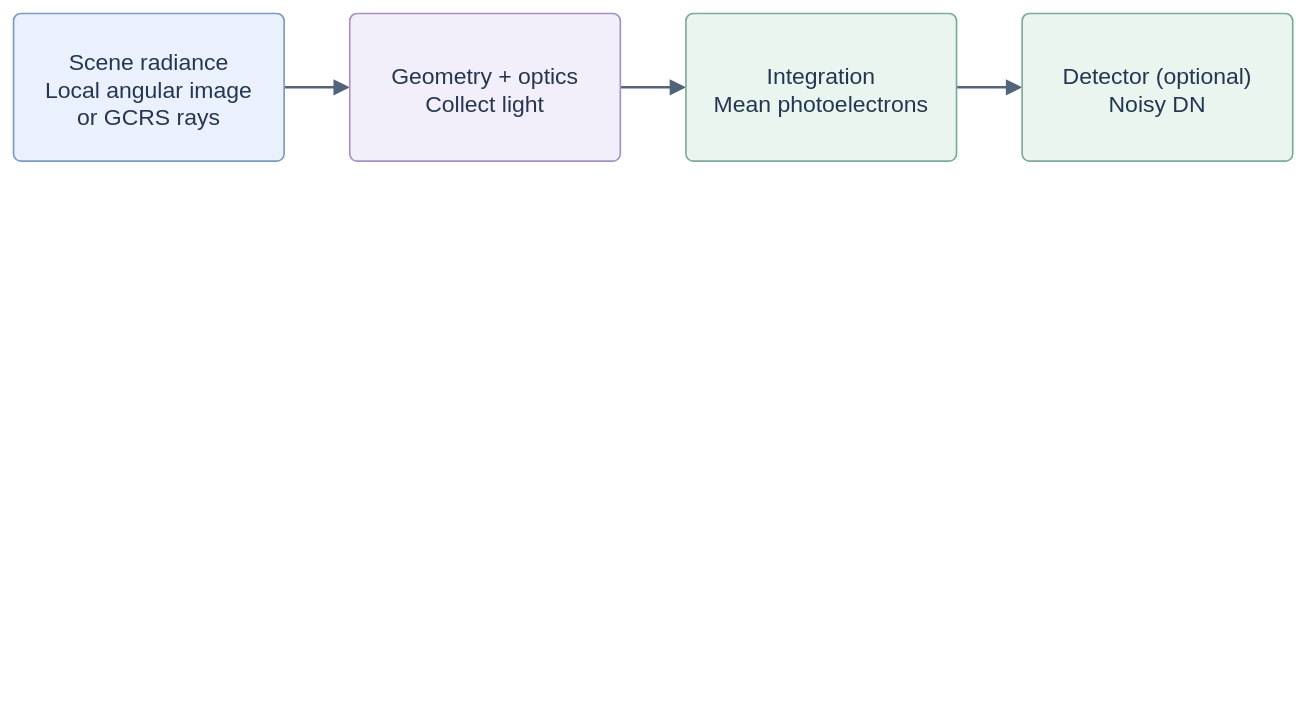
Before: libs/orsia-instruments/docs/diagrams/architecture.drawio in scklab-dev/orsia, a draw.io diagram. Source tidied: cells renumbered, new cells numbered last; positions are measured from the earlier drawing's top-left corner, leaving out a move shared by most shapes. Both pictures are drawn from the tidied source at 82%, with x=0, y=0 at pixel (13, 13).
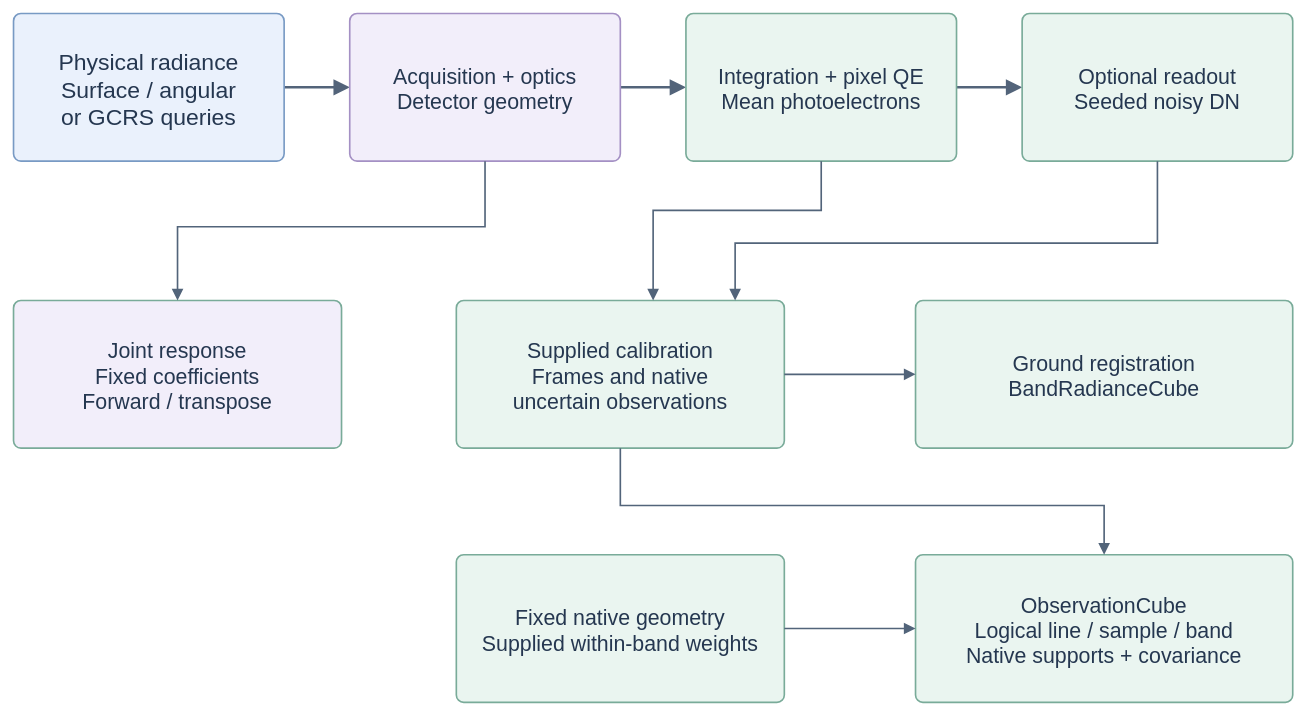
The same page after the edit.

The edit, as a diff of the source:
```diff
@@
-    <mxCell id="5" value="Scene radiance&#10;Local angular image&#10;or GCRS rays" style="rounded=1;absoluteArcSize=1;arcSize=18;html=0;align=center;verticalAlign=middle;spacing=20;fontFamily=Helvetica;fontSize=28;fontColor=#253750;fillColor=#EAF1FC;strokeColor=#789AC4;strokeWidth=2;" parent="1" vertex="1">
+    <mxCell id="5" value="Physical radiance&#10;Surface / angular&#10;or GCRS queries" style="rounded=1;absoluteArcSize=1;arcSize=18;html=0;align=center;verticalAlign=middle;spacing=20;fontFamily=Helvetica;fontSize=28;fontColor=#253750;fillColor=#EAF1FC;strokeColor=#789AC4;strokeWidth=2;" parent="1" vertex="1">
       <mxGeometry width="330" height="180" as="geometry" />
     </mxCell>
-    <mxCell id="6" value="Geometry + optics&#10;Collect light" style="rounded=1;absoluteArcSize=1;arcSize=18;html=0;align=center;verticalAlign=middle;spacing=20;fontFamily=Helvetica;fontSize=28;fontColor=#253750;fillColor=#F2EEFA;strokeColor=#A490C4;strokeWidth=2;" parent="1" vertex="1">
+    <mxCell id="6" value="Acquisition + optics&#10;Detector geometry" style="rounded=1;absoluteArcSize=1;arcSize=18;html=0;align=center;verticalAlign=middle;spacing=20;fontFamily=Helvetica;fontSize=26;fontColor=#253750;fillColor=#F2EEFA;strokeColor=#A490C4;strokeWidth=2;" parent="1" vertex="1">
       <mxGeometry x="410" width="330" height="180" as="geometry" />
     </mxCell>
-    <mxCell id="7" value="Integration&#10;Mean photoelectrons" style="rounded=1;absoluteArcSize=1;arcSize=18;html=0;align=center;verticalAlign=middle;spacing=20;fontFamily=Helvetica;fontSize=28;fontColor=#253750;fillColor=#EAF5F0;strokeColor=#79AB99;strokeWidth=2;" parent="1" vertex="1">
+    <mxCell id="7" value="Integration + pixel QE&#10;Mean photoelectrons" style="rounded=1;absoluteArcSize=1;arcSize=18;html=0;align=center;verticalAlign=middle;spacing=20;fontFamily=Helvetica;fontSize=26;fontColor=#253750;fillColor=#EAF5F0;strokeColor=#79AB99;strokeWidth=2;" parent="1" vertex="1">
       <mxGeometry x="820" width="330" height="180" as="geometry" />
     </mxCell>
-    <mxCell id="8" value="Detector (optional)&#10;Noisy DN" style="rounded=1;absoluteArcSize=1;arcSize=18;html=0;align=center;verticalAlign=middle;spacing=20;fontFamily=Helvetica;fontSize=28;fontColor=#253750;fillColor=#EAF5F0;strokeColor=#79AB99;strokeWidth=2;" parent="1" vertex="1">
+    <mxCell id="8" value="Optional readout&#10;Seeded noisy DN" style="rounded=1;absoluteArcSize=1;arcSize=18;html=0;align=center;verticalAlign=middle;spacing=20;fontFamily=Helvetica;fontSize=26;fontColor=#253750;fillColor=#EAF5F0;strokeColor=#79AB99;strokeWidth=2;" parent="1" vertex="1">
       <mxGeometry x="1230" width="330" height="180" as="geometry" />
     </mxCell>
+    <mxCell id="9" value="Joint response&#10;Fixed coefficients&#10;Forward / transpose" style="rounded=1;absoluteArcSize=1;arcSize=18;html=0;align=center;verticalAlign=middle;spacing=20;fontFamily=Helvetica;fontSize=26;fontColor=#253750;fillColor=#F2EEFA;strokeColor=#79AB99;strokeWidth=2;" parent="1" vertex="1">
+      <mxGeometry y="350" width="400" height="180" as="geometry" />
+    </mxCell>
+    <mxCell id="10" value="Supplied calibration&#10;Frames and native&#10;uncertain observations" style="rounded=1;absoluteArcSize=1;arcSize=18;html=0;align=center;verticalAlign=middle;spacing=20;fontFamily=Helvetica;fontSize=26;fontColor=#253750;fillColor=#EAF5F0;strokeColor=#79AB99;strokeWidth=2;" parent="1" vertex="1">
+      <mxGeometry x="540" y="350" width="400" height="180" as="geometry" />
+    </mxCell>
+    <mxCell id="11" value="Ground registration&#10;BandRadianceCube" style="rounded=1;absoluteArcSize=1;arcSize=18;html=0;align=center;verticalAlign=middle;spacing=20;fontFamily=Helvetica;fontSize=26;fontColor=#253750;fillColor=#EAF5F0;strokeColor=#79AB99;strokeWidth=2;" parent="1" vertex="1">
+      <mxGeometry x="1100" y="350" width="460" height="180" as="geometry" />
+    </mxCell>
+    <mxCell id="12" style="edgeStyle=orthogonalEdgeStyle;rounded=0;html=0;exitX=0.5;exitY=1;entryX=0.5;entryY=0;endArrow=block;endFill=1;endSize=9;strokeWidth=2;strokeColor=#52647A;fontColor=#52647A;fillColor=none;dashed=0;" parent="1" edge="1" source="6" target="9">
+      <mxGeometry relative="1" as="geometry">
+        <Array as="points">
+          <mxPoint x="575" y="260" />
+          <mxPoint x="200" y="260" />
+        </Array>
+      </mxGeometry>
+    </mxCell>
+    <mxCell id="13" style="edgeStyle=orthogonalEdgeStyle;rounded=0;html=0;exitX=0.5;exitY=1;entryX=0.6;entryY=0;endArrow=block;endFill=1;endSize=9;strokeWidth=2;strokeColor=#52647A;fontColor=#52647A;fillColor=none;dashed=0;" parent="1" edge="1" source="7" target="10">
+      <mxGeometry relative="1" as="geometry">
+        <Array as="points">
+          <mxPoint x="985" y="240" />
+          <mxPoint x="780" y="240" />
+        </Array>
+      </mxGeometry>
+    </mxCell>
+    <mxCell id="14" style="edgeStyle=orthogonalEdgeStyle;rounded=0;html=0;exitX=0.5;exitY=1;entryX=0.85;entryY=0;endArrow=block;endFill=1;endSize=9;strokeWidth=2;strokeColor=#52647A;fontColor=#52647A;fillColor=none;dashed=0;" parent="1" edge="1" source="8" target="10">
+      <mxGeometry relative="1" as="geometry">
+        <Array as="points">
+          <mxPoint x="1395" y="280" />
+          <mxPoint x="880" y="280" />
+        </Array>
+      </mxGeometry>
+    </mxCell>
+    <mxCell id="15" style="edgeStyle=orthogonalEdgeStyle;rounded=0;html=0;exitX=1;exitY=0.5;entryX=0;entryY=0.5;endArrow=block;endFill=1;endSize=9;strokeWidth=2;strokeColor=#52647A;fontColor=#52647A;fillColor=none;dashed=0;" parent="1" edge="1" source="10" target="11">
+      <mxGeometry relative="1" as="geometry" />
+    </mxCell>
+    <mxCell id="16" value="Fixed native geometry&#10;Supplied within-band weights" style="rounded=1;absoluteArcSize=1;arcSize=18;html=0;align=center;verticalAlign=middle;spacing=20;fontFamily=Helvetica;fontSize=26;fontColor=#253750;fillColor=#EAF5F0;strokeColor=#79AB99;strokeWidth=2;" parent="1" vertex="1">
+      <mxGeometry x="540" y="660" width="400" height="180" as="geometry" />
+    </mxCell>
+    <mxCell id="17" value="ObservationCube&#10;Logical line / sample / band&#10;Native supports + covariance" style="rounded=1;absoluteArcSize=1;arcSize=18;html=0;align=center;verticalAlign=middle;spacing=20;fontFamily=Helvetica;fontSize=26;fontColor=#253750;fillColor=#EAF5F0;strokeColor=#79AB99;strokeWidth=2;" parent="1" vertex="1">
+      <mxGeometry x="1100" y="660" width="460" height="180" as="geometry" />
+    </mxCell>
+    <mxCell id="18" style="edgeStyle=orthogonalEdgeStyle;rounded=0;html=0;exitX=1;exitY=0.5;entryX=0;entryY=0.5;endArrow=block;endFill=1;endSize=9;strokeWidth=2;strokeColor=#52647A;fontColor=#52647A;fillColor=none;dashed=0;" parent="1" edge="1" source="16" target="17">
+      <mxGeometry relative="1" as="geometry" />
+    </mxCell>
+    <mxCell id="19" style="edgeStyle=orthogonalEdgeStyle;rounded=0;html=0;exitX=0.5;exitY=1;entryX=0.5;entryY=0;endArrow=block;endFill=1;endSize=9;strokeWidth=2;strokeColor=#52647A;fontColor=#52647A;fillColor=none;dashed=0;" parent="1" edge="1" source="10" target="17">
+      <mxGeometry relative="1" as="geometry">
+        <Array as="points">
+          <mxPoint x="740" y="600" />
+          <mxPoint x="1330" y="600" />
+        </Array>
+      </mxGeometry>
+    </mxCell>
```
